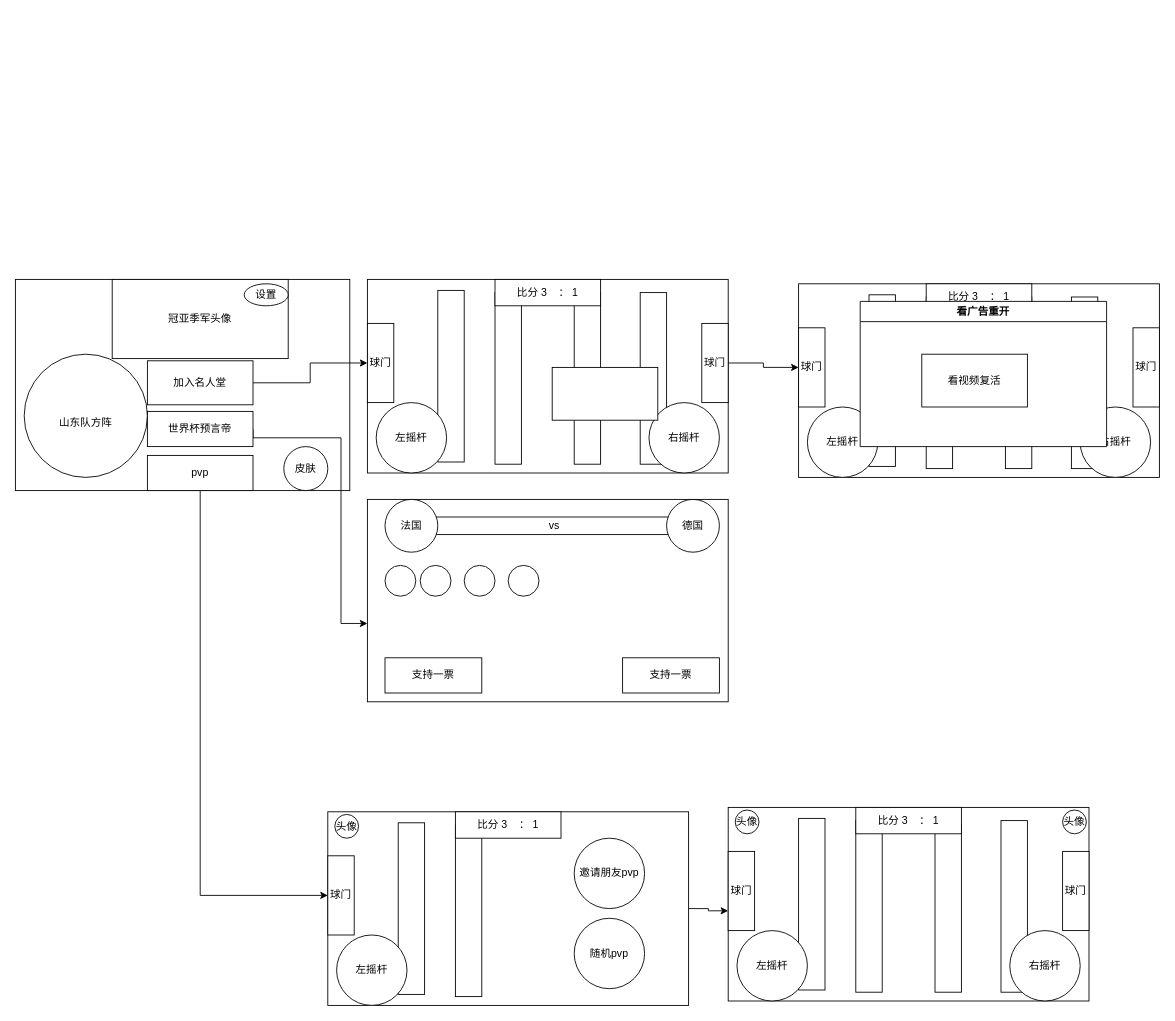
Earlier version of the draw.io diagram footballDiagram.drawio (hiotk/umldiagrams). Source tidied: cells renumbered, new cells numbered last; positions are measured from the earlier drawing's top-left corner, leaving out a move shared by most shapes. Both pictures are drawn from the tidied source at 88%, with x=0, y=0 at pixel (15, 279).
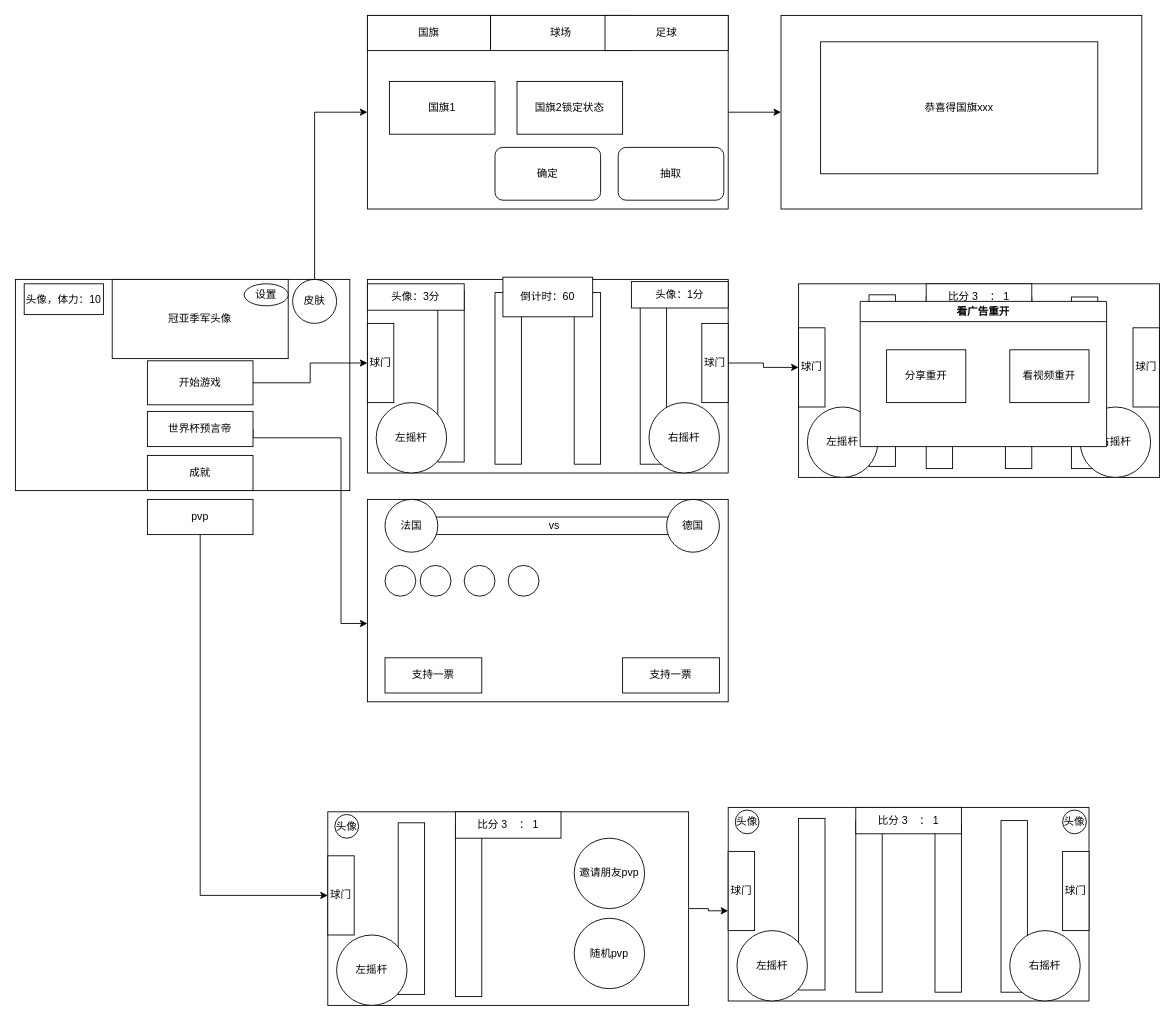
The same page after the edit.

Unchanged cells that the change refers to:
```xml
<mxCell id="33" value="看广告重开" style="swimlane;shadow=0;gradientColor=#ffffff;swimlaneFillColor=default;" parent="1" vertex="1">
  <mxGeometry x="960" y="25" width="280" height="165" as="geometry" />
</mxCell>
<mxCell id="65" value="球门" style="rounded=0;whiteSpace=wrap;html=1;shadow=0;" parent="1" vertex="1">
  <mxGeometry x="355" y="655" width="30" height="90" as="geometry" />
</mxCell>
```

The edit, as a diff of the source:
```diff
@@
-    <mxCell id="8" value="&lt;br&gt;山东队方阵" style="ellipse;whiteSpace=wrap;html=1;shadow=0;" parent="1" vertex="1">
-      <mxGeometry x="10" y="85" width="140" height="140" as="geometry" />
-    </mxCell>
@@
-    <mxCell id="10" value="加入名人堂" style="rounded=0;whiteSpace=wrap;html=1;" parent="1" vertex="1">
+    <mxCell id="10" value="开始游戏" style="rounded=0;whiteSpace=wrap;html=1;" parent="1" vertex="1">
       <mxGeometry x="150" y="92.5" width="120" height="50" as="geometry" />
     </mxCell>
@@
-    <mxCell id="16" value="比分 3&amp;nbsp; &amp;nbsp; ： 1" style="rounded=0;whiteSpace=wrap;html=1;shadow=0;" parent="1" vertex="1">
-      <mxGeometry x="545" width="120" height="30" as="geometry" />
+    <mxCell id="16" value="头像：3分" style="rounded=0;whiteSpace=wrap;html=1;shadow=0;" parent="1" vertex="1">
+      <mxGeometry x="400" y="5" width="110" height="30" as="geometry" />
     </mxCell>
@@
-    <mxCell id="18" style="edgeStyle=orthogonalEdgeStyle;rounded=0;jettySize=auto;html=1;exitX=0.5;exitY=1;exitDx=0;exitDy=0;entryX=0;entryY=0.5;entryDx=0;entryDy=0;" parent="1" edge="1" source="19" target="65">
+    <mxCell id="18" style="edgeStyle=orthogonalEdgeStyle;rounded=0;jettySize=auto;html=1;exitX=0.5;exitY=1;exitDx=0;exitDy=0;entryX=0;entryY=0.5;entryDx=0;entryDy=0;" parent="1" edge="1" source="71" target="65">
       <mxGeometry relative="1" as="geometry" />
     </mxCell>
-    <mxCell id="19" value="pvp" style="rounded=0;whiteSpace=wrap;html=1;shadow=0;" parent="1" vertex="1">
+    <mxCell id="19" value="成就" style="rounded=0;whiteSpace=wrap;html=1;shadow=0;" parent="1" vertex="1">
       <mxGeometry x="150" y="200" width="120" height="40" as="geometry" />
     </mxCell>
@@
-    <mxCell id="34" value="看视频复活" style="rounded=0;whiteSpace=wrap;html=1;shadow=0;gradientColor=#ffffff;" parent="33" vertex="1">
-      <mxGeometry x="70" y="60" width="120" height="60" as="geometry" />
+    <mxCell id="34" value="看视频重开" style="rounded=0;whiteSpace=wrap;html=1;shadow=0;gradientColor=#ffffff;" parent="33" vertex="1">
+      <mxGeometry x="170" y="55" width="90" height="60" as="geometry" />
     </mxCell>
-    <mxCell id="35" style="rounded=0;whiteSpace=wrap;html=1;shadow=0;gradientColor=#ffffff;" parent="1" vertex="1">
-      <mxGeometry x="610" y="100" width="120" height="60" as="geometry" />
-    </mxCell>
+    <mxCell id="69" value="分享重开" style="rounded=0;whiteSpace=wrap;html=1;shadow=0;gradientColor=#ffffff;" parent="33" vertex="1">
+      <mxGeometry x="30" y="55" width="90" height="60" as="geometry" />
+    </mxCell>
@@
+    <mxCell id="70" style="edgeStyle=orthogonalEdgeStyle;rounded=0;jettySize=auto;html=1;exitX=0.5;exitY=0;exitDx=0;exitDy=0;entryX=0;entryY=0.5;entryDx=0;entryDy=0;" parent="1" edge="1" source="58" target="76">
+      <mxGeometry relative="1" as="geometry" />
+    </mxCell>
     <mxCell id="58" value="皮肤" style="ellipse;whiteSpace=wrap;html=1;shadow=0;gradientColor=#ffffff;" parent="1" vertex="1">
-      <mxGeometry x="305" y="190" width="50" height="50" as="geometry" />
+      <mxGeometry x="315" width="50" height="50" as="geometry" />
     </mxCell>
@@
+    <mxCell id="71" value="pvp" style="rounded=0;whiteSpace=wrap;html=1;shadow=0;" parent="1" vertex="1">
+      <mxGeometry x="150" y="250" width="120" height="40" as="geometry" />
+    </mxCell>
+    <mxCell id="72" value="倒计时：60" style="rounded=0;whiteSpace=wrap;html=1;" parent="1" vertex="1">
+      <mxGeometry x="554" y="-2.5" width="102" height="45" as="geometry" />
+    </mxCell>
+    <mxCell id="73" value="头像：1分" style="rounded=0;whiteSpace=wrap;html=1;shadow=0;" parent="1" vertex="1">
+      <mxGeometry x="700" y="2.5" width="110" height="30" as="geometry" />
+    </mxCell>
+    <mxCell id="74" value="头像，体力：10" style="rounded=0;whiteSpace=wrap;html=1;" parent="1" vertex="1">
+      <mxGeometry x="10" y="5" width="90" height="35" as="geometry" />
+    </mxCell>
+    <mxCell id="75" style="edgeStyle=orthogonalEdgeStyle;rounded=0;jettySize=auto;html=1;exitX=1;exitY=0.5;exitDx=0;exitDy=0;entryX=0;entryY=0.5;entryDx=0;entryDy=0;" parent="1" edge="1" source="76" target="81">
+      <mxGeometry relative="1" as="geometry" />
+    </mxCell>
+    <mxCell id="76" style="rounded=0;whiteSpace=wrap;html=1;" parent="1" vertex="1">
+      <mxGeometry x="400" y="-300" width="410" height="220" as="geometry" />
+    </mxCell>
+    <mxCell id="77" value="国旗1" style="rounded=0;whiteSpace=wrap;html=1;" parent="1" vertex="1">
+      <mxGeometry x="425" y="-225" width="120" height="60" as="geometry" />
+    </mxCell>
+    <mxCell id="78" value="国旗2锁定状态" style="rounded=0;whiteSpace=wrap;html=1;" parent="1" vertex="1">
+      <mxGeometry x="570" y="-225" width="120" height="60" as="geometry" />
+    </mxCell>
+    <mxCell id="79" value="确定" style="rounded=1;whiteSpace=wrap;html=1;" parent="1" vertex="1">
+      <mxGeometry x="545" y="-150" width="120" height="60" as="geometry" />
+    </mxCell>
+    <mxCell id="80" value="抽取" style="rounded=1;whiteSpace=wrap;html=1;" parent="1" vertex="1">
+      <mxGeometry x="685" y="-150" width="120" height="60" as="geometry" />
+    </mxCell>
+    <mxCell id="81" style="rounded=0;whiteSpace=wrap;html=1;" parent="1" vertex="1">
+      <mxGeometry x="870" y="-300" width="410" height="220" as="geometry" />
+    </mxCell>
+    <mxCell id="82" value="恭喜得国旗xxx" style="rounded=0;whiteSpace=wrap;html=1;" parent="1" vertex="1">
+      <mxGeometry x="915" y="-270" width="315" height="150" as="geometry" />
+    </mxCell>
+    <mxCell id="83" value="国旗" style="rounded=0;whiteSpace=wrap;html=1;" parent="1" vertex="1">
+      <mxGeometry x="400" y="-300" width="140" height="40" as="geometry" />
+    </mxCell>
+    <mxCell id="84" value="球场" style="rounded=0;whiteSpace=wrap;html=1;" parent="1" vertex="1">
+      <mxGeometry x="540" y="-300" width="160" height="40" as="geometry" />
+    </mxCell>
+    <mxCell id="85" value="足球" style="rounded=0;whiteSpace=wrap;html=1;" parent="1" vertex="1">
+      <mxGeometry x="670" y="-300" width="140" height="40" as="geometry" />
+    </mxCell>
```
